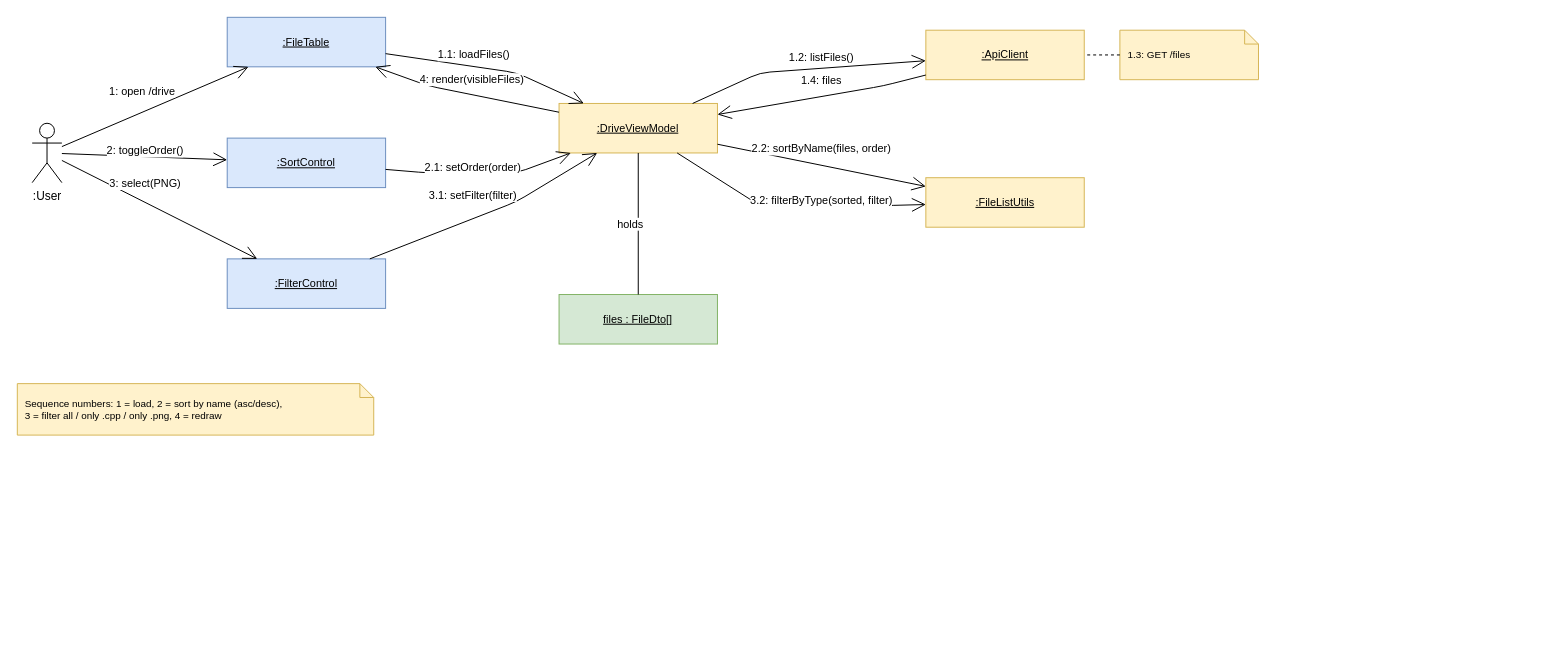
Before: docs/uml/drawio/11-communication-sort-filter.drawio in AIAvenger1/minidrive, a draw.io diagram. Source tidied: cells renumbered, new cells numbered last; positions are measured from the earlier drawing's top-left corner, leaving out a move shared by most shapes. Both pictures are drawn from the tidied source at 99%, with x=0, y=0 at pixel (17, 17).
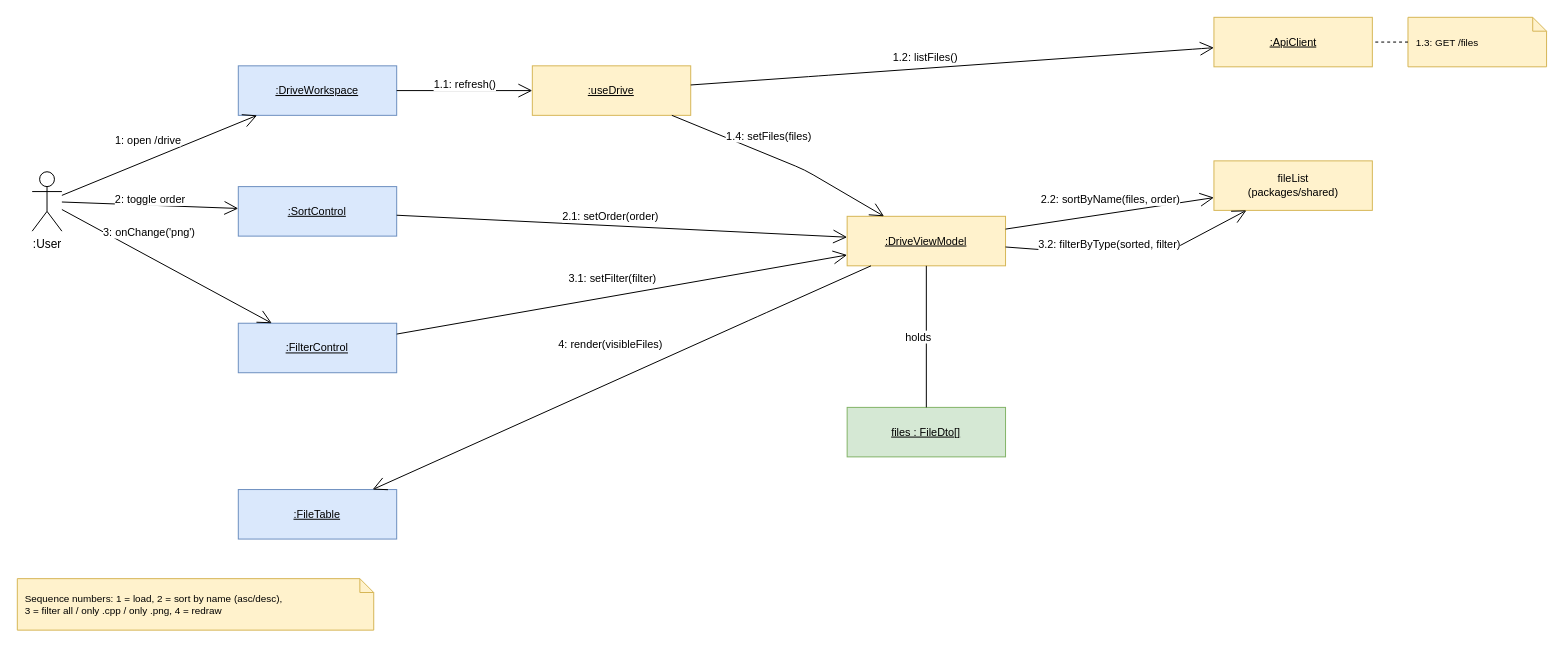
After the change.

Diff of the diagram source:
```diff
@@
     <mxCell id="2" value=":User" style="shape=umlActor;verticalLabelPosition=bottom;verticalAlign=top;html=1;outlineConnect=0;" parent="1" vertex="1">
-      <mxGeometry x="15" y="107" width="30" height="60" as="geometry" />
+      <mxGeometry x="15" y="156" width="30" height="60" as="geometry" />
     </mxCell>
-    <mxCell id="3" value=":FileTable" style="rounded=0;whiteSpace=wrap;html=1;fontSize=11;fillColor=#dae8fc;strokeColor=#6c8ebf;fontStyle=4;" parent="1" vertex="1">
-      <mxGeometry x="212" width="160" height="50" as="geometry" />
+    <mxCell id="3" value=":DriveWorkspace" style="rounded=0;whiteSpace=wrap;html=1;fontSize=11;fillColor=#dae8fc;strokeColor=#6c8ebf;fontStyle=4;" parent="1" vertex="1">
+      <mxGeometry x="223.2" y="49" width="160" height="50" as="geometry" />
     </mxCell>
-    <mxCell id="4" value=":SortControl" style="rounded=0;whiteSpace=wrap;html=1;fontSize=11;fillColor=#dae8fc;strokeColor=#6c8ebf;fontStyle=4;" parent="1" vertex="1">
-      <mxGeometry x="212" y="122" width="160" height="50" as="geometry" />
+    <mxCell id="4" value=":FileTable" style="rounded=0;whiteSpace=wrap;html=1;fontSize=11;fillColor=#dae8fc;strokeColor=#6c8ebf;fontStyle=4;" parent="1" vertex="1">
+      <mxGeometry x="223.2" y="477" width="160" height="50" as="geometry" />
     </mxCell>
-    <mxCell id="5" value=":FilterControl" style="rounded=0;whiteSpace=wrap;html=1;fontSize=11;fillColor=#dae8fc;strokeColor=#6c8ebf;fontStyle=4;" parent="1" vertex="1">
-      <mxGeometry x="212" y="244" width="160" height="50" as="geometry" />
+    <mxCell id="5" value=":SortControl" style="rounded=0;whiteSpace=wrap;html=1;fontSize=11;fillColor=#dae8fc;strokeColor=#6c8ebf;fontStyle=4;" parent="1" vertex="1">
+      <mxGeometry x="223.2" y="171" width="160" height="50" as="geometry" />
     </mxCell>
-    <mxCell id="6" value=":DriveViewModel" style="rounded=0;whiteSpace=wrap;html=1;fontSize=11;fillColor=#fff2cc;strokeColor=#d6b656;fontStyle=4;" parent="1" vertex="1">
-      <mxGeometry x="547.2" y="87" width="160" height="50" as="geometry" />
+    <mxCell id="6" value=":FilterControl" style="rounded=0;whiteSpace=wrap;html=1;fontSize=11;fillColor=#dae8fc;strokeColor=#6c8ebf;fontStyle=4;" parent="1" vertex="1">
+      <mxGeometry x="223.2" y="309" width="160" height="50" as="geometry" />
     </mxCell>
-    <mxCell id="7" value=":ApiClient" style="rounded=0;whiteSpace=wrap;html=1;fontSize=11;fillColor=#fff2cc;strokeColor=#d6b656;fontStyle=4;" parent="1" vertex="1">
-      <mxGeometry x="917.7" y="13" width="160" height="50" as="geometry" />
+    <mxCell id="7" value=":useDrive" style="rounded=0;whiteSpace=wrap;html=1;fontSize=11;fillColor=#fff2cc;strokeColor=#d6b656;fontStyle=4;" parent="1" vertex="1">
+      <mxGeometry x="520.2" y="49" width="160" height="50" as="geometry" />
     </mxCell>
-    <mxCell id="8" value=":FileListUtils" style="rounded=0;whiteSpace=wrap;html=1;fontSize=11;fillColor=#fff2cc;strokeColor=#d6b656;fontStyle=4;" parent="1" vertex="1">
-      <mxGeometry x="917.7" y="162" width="160" height="50" as="geometry" />
+    <mxCell id="8" value=":DriveViewModel" style="rounded=0;whiteSpace=wrap;html=1;fontSize=11;fillColor=#fff2cc;strokeColor=#d6b656;fontStyle=4;" parent="1" vertex="1">
+      <mxGeometry x="838.2" y="201" width="160" height="50" as="geometry" />
     </mxCell>
-    <mxCell id="9" value="files : FileDto[]" style="rounded=0;whiteSpace=wrap;html=1;fontSize=11;fillColor=#d5e8d4;strokeColor=#82b366;fontStyle=4;" parent="1" vertex="1">
-      <mxGeometry x="547.2" y="280" width="160" height="50" as="geometry" />
+    <mxCell id="9" value=":ApiClient" style="rounded=0;whiteSpace=wrap;html=1;fontSize=11;fillColor=#fff2cc;strokeColor=#d6b656;fontStyle=4;" parent="1" vertex="1">
+      <mxGeometry x="1208.7" width="160" height="50" as="geometry" />
     </mxCell>
-    <mxCell id="10" value="1.3: GET /files" style="shape=note;whiteSpace=wrap;html=1;size=14;align=left;spacingLeft=6;spacingRight=10;fontSize=10;fillColor=#fff2cc;strokeColor=#d6b656;" parent="1" vertex="1">
-      <mxGeometry x="1113.7" y="13" width="140" height="50" as="geometry" />
+    <mxCell id="10" value="fileList&lt;br&gt;(packages/shared)" style="rounded=0;whiteSpace=wrap;html=1;fontSize=11;fillColor=#fff2cc;strokeColor=#d6b656;" parent="1" vertex="1">
+      <mxGeometry x="1208.7" y="145" width="160" height="50" as="geometry" />
     </mxCell>
-    <mxCell id="11" value="Sequence numbers: 1 = load, 2 = sort by name (asc/desc),&lt;br&gt;3 = filter all / only .cpp / only .png, 4 = redraw" style="shape=note;whiteSpace=wrap;html=1;size=14;align=left;spacingLeft=6;spacingRight=10;fontSize=10;fillColor=#fff2cc;strokeColor=#d6b656;" parent="1" vertex="1">
-      <mxGeometry y="370" width="360" height="52" as="geometry" />
+    <mxCell id="11" value="files : FileDto[]" style="rounded=0;whiteSpace=wrap;html=1;fontSize=11;fillColor=#d5e8d4;strokeColor=#82b366;fontStyle=4;" parent="1" vertex="1">
+      <mxGeometry x="838.2" y="394" width="160" height="50" as="geometry" />
     </mxCell>
-    <mxCell id="12" value="1: open /drive" style="endArrow=open;endSize=12;endFill=0;html=1;labelBackgroundColor=#ffffff;edgeStyle=none;" parent="1" edge="1" source="2" target="3">
-      <mxGeometry x="-0.05" relative="1" as="geometry">
-        <mxPoint x="-8.1" y="-17.2" as="offset" />
-      </mxGeometry>
-    </mxCell>
-    <mxCell id="13" value="1.1: loadFiles()" style="endArrow=open;endSize=12;endFill=0;html=1;labelBackgroundColor=#ffffff;edgeStyle=none;" parent="1" edge="1" source="3" target="6">
-      <mxGeometry x="-0.16" relative="1" as="geometry">
-        <Array as="points">
-          <mxPoint x="504.2" y="56" />
-        </Array>
-        <mxPoint x="1.7" y="-11.6" as="offset" />
-      </mxGeometry>
-    </mxCell>
+    <mxCell id="25" value="1.3: GET /files" style="shape=note;whiteSpace=wrap;html=1;size=14;align=left;spacingLeft=6;spacingRight=10;fontSize=10;fillColor=#fff2cc;strokeColor=#d6b656;" parent="1" vertex="1">
+      <mxGeometry x="1404.7" width="140" height="50" as="geometry" />
+    </mxCell>
+    <mxCell id="26" value="Sequence numbers: 1 = load, 2 = sort by name (asc/desc),&lt;br&gt;3 = filter all / only .cpp / only .png, 4 = redraw" style="shape=note;whiteSpace=wrap;html=1;size=14;align=left;spacingLeft=6;spacingRight=10;fontSize=10;fillColor=#fff2cc;strokeColor=#d6b656;" parent="1" vertex="1">
+      <mxGeometry y="567" width="360" height="52" as="geometry" />
+    </mxCell>
-    <mxCell id="14" value="1.2: listFiles()" style="endArrow=open;endSize=12;endFill=0;html=1;labelBackgroundColor=#ffffff;edgeStyle=none;" parent="1" edge="1" source="6" target="7">
-      <mxGeometry x="0.13" relative="1" as="geometry">
-        <Array as="points">
-          <mxPoint x="750.2" y="56" />
-        </Array>
-        <mxPoint x="-0.7" y="-10" as="offset" />
+    <mxCell id="14" value="1: open /drive" style="endArrow=open;endSize=12;endFill=0;html=1;labelBackgroundColor=#ffffff;edgeStyle=none;" parent="1" edge="1" source="2" target="3">
+      <mxGeometry x="-0.04" relative="1" as="geometry">
+        <mxPoint x="-7.7" y="-17.1" as="offset" />
       </mxGeometry>
     </mxCell>
-    <mxCell id="15" value="1.4: files" style="endArrow=open;endSize=12;endFill=0;html=1;labelBackgroundColor=#ffffff;edgeStyle=none;" parent="1" edge="1" source="7" target="6">
-      <mxGeometry x="-0.02" relative="1" as="geometry">
-        <Array as="points">
-          <mxPoint x="874.7" y="69.2" />
-        </Array>
-        <mxPoint x="-2.8" y="-15.9" as="offset" />
+    <mxCell id="15" value="1.1: refresh()" style="endArrow=open;endSize=12;endFill=0;html=1;labelBackgroundColor=#ffffff;edgeStyle=none;" parent="1" edge="1" source="3" target="7">
+      <mxGeometry relative="1" as="geometry">
+        <mxPoint y="-5.6" as="offset" />
       </mxGeometry>
     </mxCell>
-    <mxCell id="16" value="2: toggleOrder()" style="endArrow=open;endSize=12;endFill=0;html=1;labelBackgroundColor=#ffffff;edgeStyle=none;" parent="1" edge="1" source="2" target="4">
-      <mxGeometry relative="1" as="geometry">
-        <mxPoint y="-5.6" as="offset" />
+    <mxCell id="16" value="1.2: listFiles()" style="endArrow=open;endSize=12;endFill=0;html=1;labelBackgroundColor=#ffffff;edgeStyle=none;" parent="1" edge="1" source="7" target="9">
+      <mxGeometry x="-0.1" relative="1" as="geometry">
+        <Array as="points">
+          <mxPoint x="809.2" y="59.2" />
+          <mxPoint x="1197.3" y="31.5" />
+        </Array>
+        <mxPoint x="-0.8" y="-10.7" as="offset" />
       </mxGeometry>
     </mxCell>
-    <mxCell id="17" value="2.1: setOrder(order)" style="endArrow=open;endSize=12;endFill=0;html=1;labelBackgroundColor=#ffffff;edgeStyle=none;" parent="1" edge="1" source="4" target="6">
-      <mxGeometry x="-0.08" relative="1" as="geometry">
+    <mxCell id="17" value="1.4: setFiles(files)" style="endArrow=open;endSize=12;endFill=0;html=1;labelBackgroundColor=#ffffff;edgeStyle=none;" parent="1" edge="1" source="7" target="8">
+      <mxGeometry x="-0.17" relative="1" as="geometry">
         <Array as="points">
-          <mxPoint x="415" y="157.2" />
-          <mxPoint x="504.2" y="157.2" />
+          <mxPoint x="795.2" y="154" />
         </Array>
-        <mxPoint y="-5.6" as="offset" />
+        <mxPoint x="6.7" y="-16.2" as="offset" />
       </mxGeometry>
     </mxCell>
-    <mxCell id="18" value="2.2: sortByName(files, order)" style="endArrow=open;endSize=12;endFill=0;html=1;labelBackgroundColor=#ffffff;edgeStyle=none;" parent="1" edge="1" source="6" target="8">
-      <mxGeometry x="-0.03" relative="1" as="geometry">
-        <mxPoint x="3.3" y="-16.1" as="offset" />
+    <mxCell id="18" value="2: toggle order" style="endArrow=open;endSize=12;endFill=0;html=1;labelBackgroundColor=#ffffff;edgeStyle=none;" parent="1" edge="1" source="2" target="5">
+      <mxGeometry relative="1" as="geometry">
+        <mxPoint y="-5.6" as="offset" />
       </mxGeometry>
     </mxCell>
-    <mxCell id="19" value="3: select(PNG)" style="endArrow=open;endSize=12;endFill=0;html=1;labelBackgroundColor=#ffffff;edgeStyle=none;" parent="1" edge="1" source="2" target="5">
-      <mxGeometry x="-0.22" relative="1" as="geometry">
-        <mxPoint x="7.2" y="-15.4" as="offset" />
+    <mxCell id="19" value="2.1: setOrder(order)" style="endArrow=open;endSize=12;endFill=0;html=1;labelBackgroundColor=#ffffff;edgeStyle=none;" parent="1" edge="1" source="5" target="8">
+      <mxGeometry x="-0.05" relative="1" as="geometry">
+        <mxPoint x="0.4" y="-9.1" as="offset" />
       </mxGeometry>
     </mxCell>
-    <mxCell id="20" value="3.1: setFilter(filter)" style="endArrow=open;endSize=12;endFill=0;html=1;labelBackgroundColor=#ffffff;edgeStyle=none;" parent="1" edge="1" source="5" target="6">
-      <mxGeometry x="-0.06" relative="1" as="geometry">
-        <Array as="points">
-          <mxPoint x="504.2" y="186.2" />
-        </Array>
-        <mxPoint x="-7.8" y="-20" as="offset" />
+    <mxCell id="20" value="2.2: sortByName(files, order)" style="endArrow=open;endSize=12;endFill=0;html=1;labelBackgroundColor=#ffffff;edgeStyle=none;" parent="1" edge="1" source="8" target="10">
+      <mxGeometry x="0.02" relative="1" as="geometry">
+        <mxPoint x="-2.1" y="-13.6" as="offset" />
       </mxGeometry>
     </mxCell>
-    <mxCell id="21" value="3.2: filterByType(sorted, filter)" style="endArrow=open;endSize=12;endFill=0;html=1;labelBackgroundColor=#ffffff;edgeStyle=none;" parent="1" edge="1" source="6" target="8">
-      <mxGeometry x="0.21" relative="1" as="geometry">
-        <Array as="points">
-          <mxPoint x="750.2" y="190.2" />
-          <mxPoint x="874.7" y="190.2" />
-        </Array>
-        <mxPoint y="-5.6" as="offset" />
+    <mxCell id="21" value="3: onChange('png')" style="endArrow=open;endSize=12;endFill=0;html=1;labelBackgroundColor=#ffffff;edgeStyle=none;" parent="1" edge="1" source="2" target="6">
+      <mxGeometry x="-0.26" relative="1" as="geometry">
+        <mxPoint x="10.1" y="-19.8" as="offset" />
       </mxGeometry>
     </mxCell>
-    <mxCell id="22" value="4: render(visibleFiles)" style="endArrow=open;endSize=12;endFill=0;html=1;labelBackgroundColor=#ffffff;edgeStyle=none;" parent="1" edge="1" source="6" target="3">
+    <mxCell id="22" value="3.1: setFilter(filter)" style="endArrow=open;endSize=12;endFill=0;html=1;labelBackgroundColor=#ffffff;edgeStyle=none;" parent="1" edge="1" source="6" target="8">
       <mxGeometry x="-0.03" relative="1" as="geometry">
-        <Array as="points">
-          <mxPoint x="415" y="69.2" />
-        </Array>
-        <mxPoint x="2.9" y="-14.1" as="offset" />
+        <mxPoint x="-3.1" y="-17.7" as="offset" />
       </mxGeometry>
     </mxCell>
-    <mxCell id="23" value="holds" style="endArrow=none;html=1;labelBackgroundColor=#ffffff;edgeStyle=none;" parent="1" edge="1" source="6" target="9">
-      <mxGeometry relative="1" as="geometry">
-        <mxPoint x="-8.6" as="offset" />
+    <mxCell id="23" value="3.2: filterByType(sorted, filter)" style="endArrow=open;endSize=12;endFill=0;html=1;labelBackgroundColor=#ffffff;edgeStyle=none;" parent="1" edge="1" source="8" target="10">
+      <mxGeometry x="-0.17" relative="1" as="geometry">
+        <Array as="points">
+          <mxPoint x="1041.2" y="235.2" />
+          <mxPoint x="1165.7" y="235.2" />
+        </Array>
+        <mxPoint y="-5.6" as="offset" />
       </mxGeometry>
     </mxCell>
-    <mxCell id="24" style="edgeStyle=none;endArrow=none;dashed=1;html=1;labelBackgroundColor=#ffffff;" parent="1" edge="1" source="10" target="7">
-      <mxGeometry relative="1" as="geometry" />
+    <mxCell id="24" value="4: render(visibleFiles)" style="endArrow=open;endSize=12;endFill=0;html=1;labelBackgroundColor=#ffffff;edgeStyle=none;" parent="1" edge="1" source="8" target="4">
+      <mxGeometry x="-0.01" relative="1" as="geometry">
+        <Array as="points">
+          <mxPoint x="747.4" y="302.4" />
+        </Array>
+        <mxPoint x="-14.2" y="-31.4" as="offset" />
+      </mxGeometry>
     </mxCell>
+    <mxCell id="27" value="holds" style="endArrow=none;html=1;labelBackgroundColor=#ffffff;edgeStyle=none;" parent="1" edge="1" source="8" target="11">
+      <mxGeometry relative="1" as="geometry">
+        <mxPoint x="-8.6" as="offset" />
+      </mxGeometry>
+    </mxCell>
+    <mxCell id="28" style="edgeStyle=none;endArrow=none;dashed=1;html=1;labelBackgroundColor=#ffffff;" parent="1" edge="1" source="25" target="9">
+      <mxGeometry relative="1" as="geometry" />
+    </mxCell>
```
